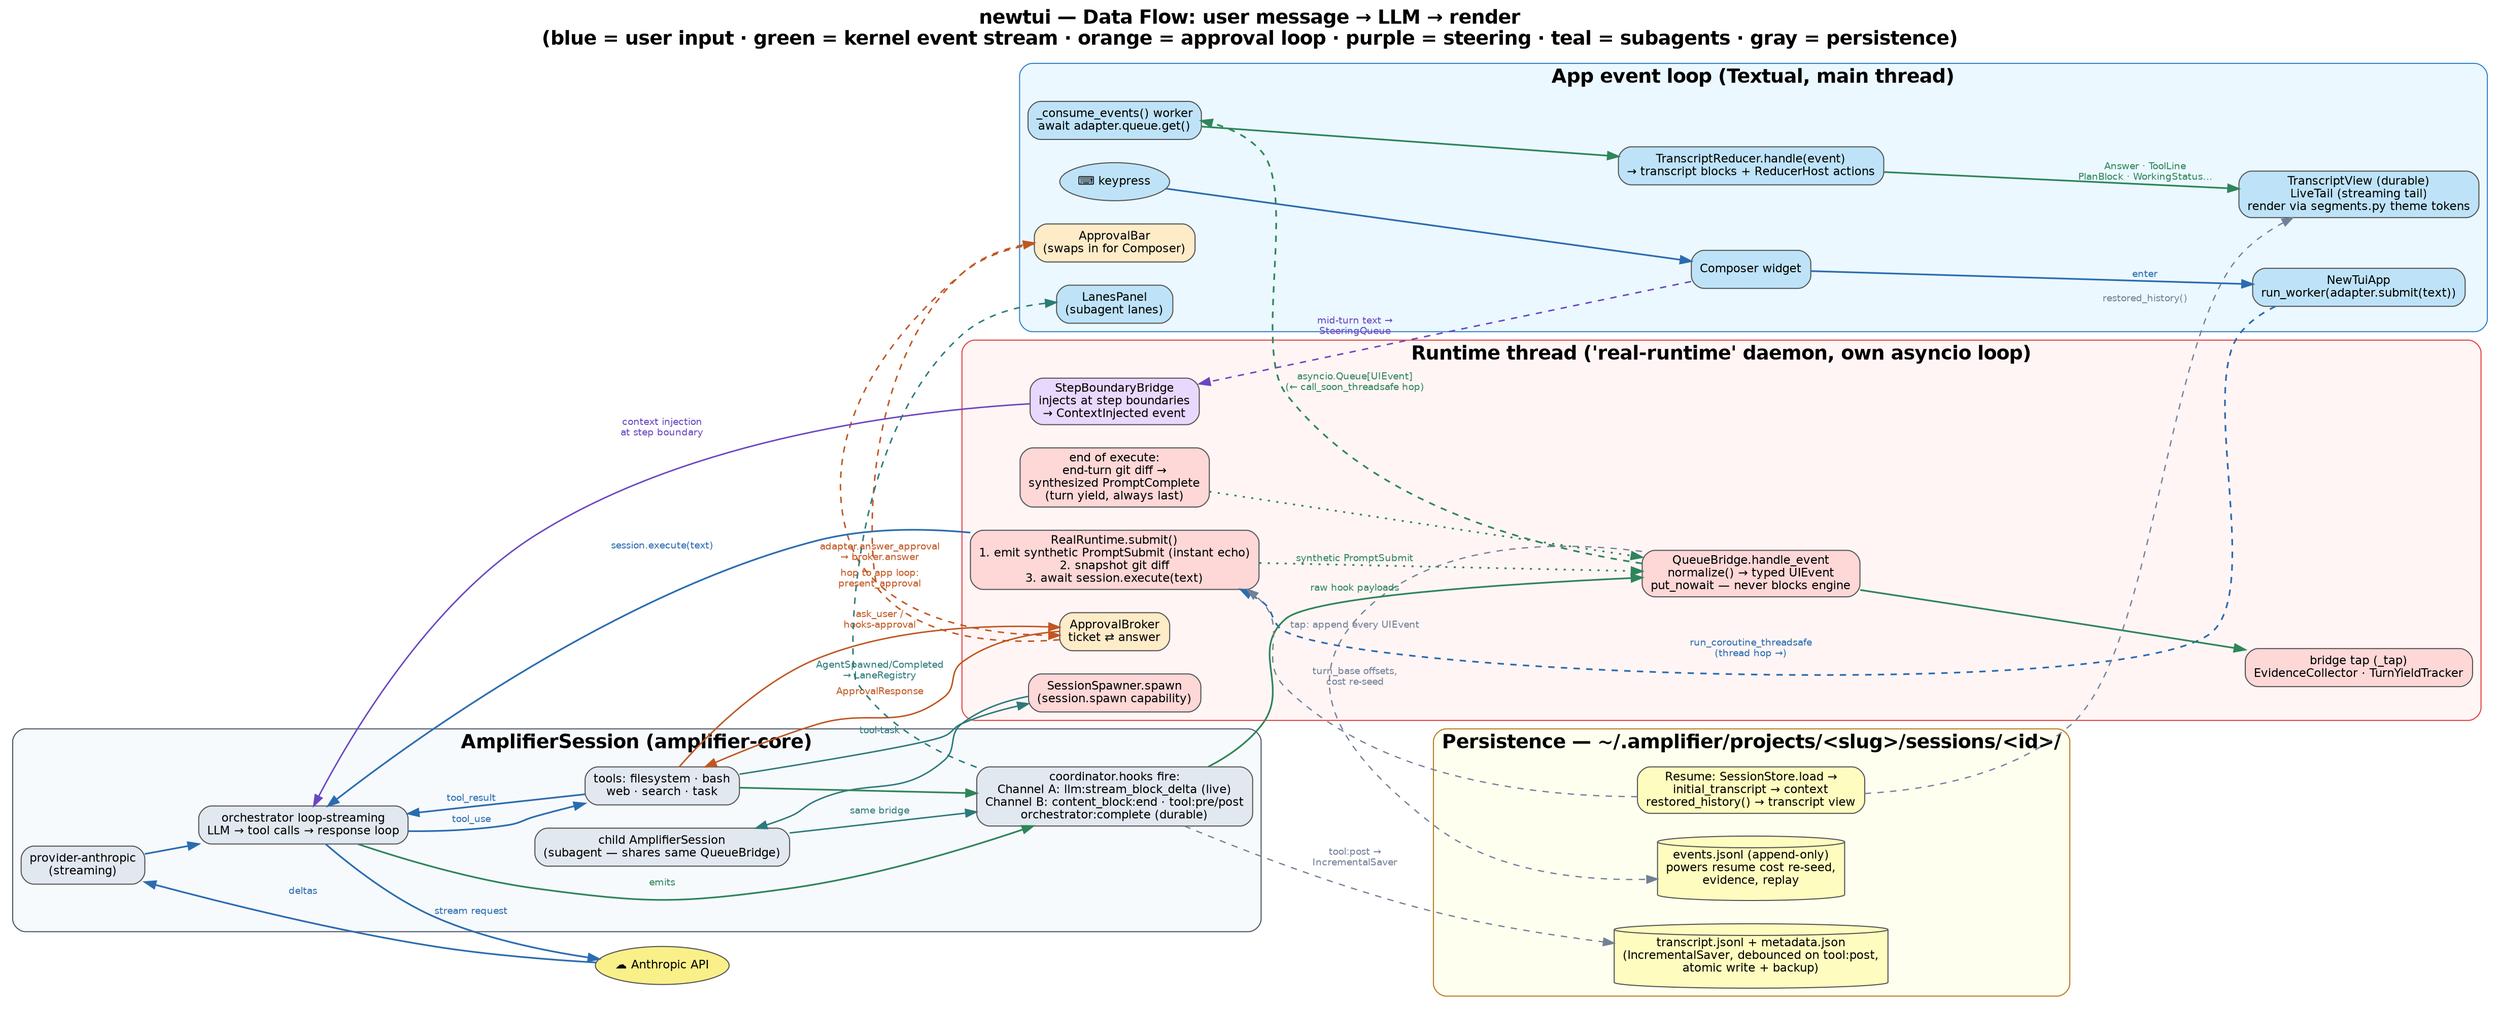
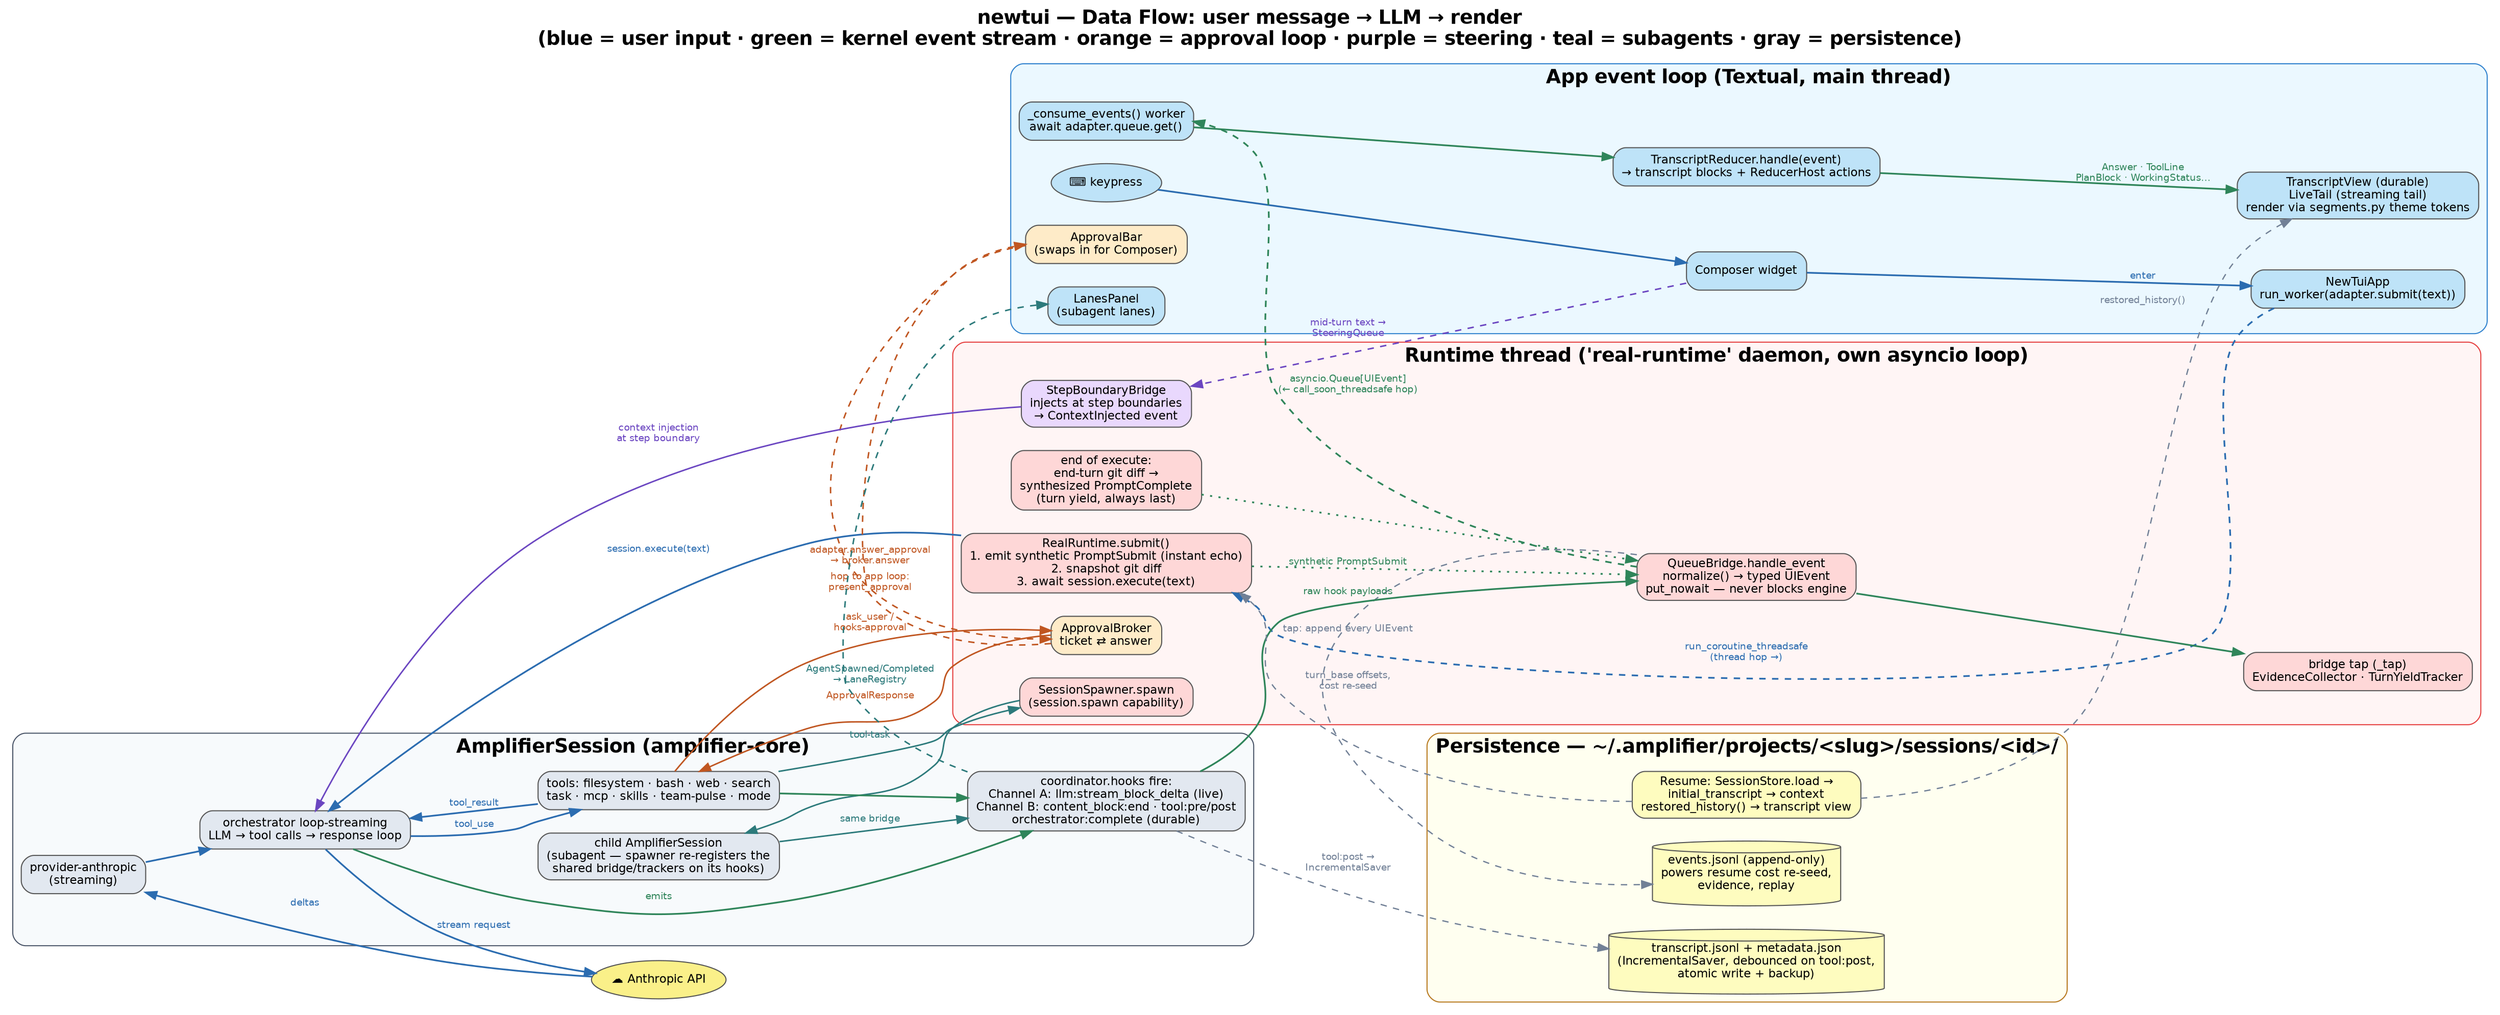
digraph newtui_dataflow {
    label="newtui — Data Flow: user message → LLM → render\n(blue = user input · green = kernel event stream · orange = approval loop · purple = steering · teal = subagents · gray = persistence)";
    labelloc="t";
    fontname="Helvetica-Bold";
    fontsize=18;
    rankdir=LR;
    compound=true;
    splines=true;
    nodesep=0.3;
    ranksep=0.7;
    node [fontname="Helvetica", fontsize=11, shape=box, style="rounded,filled", fillcolor="#FFFFFF", color="#555555"];
    edge [fontname="Helvetica", fontsize=9, color="#666666"];

    // ── App loop (Textual / main thread) ────────────────────────
    subgraph cluster_apploop {
        label="App event loop (Textual, main thread)";
        style="rounded,filled"; fillcolor="#EBF8FF"; color="#3182CE"; fontname="Helvetica-Bold";
        keypress [label="⌨ keypress", shape=ellipse, fillcolor="#BEE3F8"];
        composer [label="Composer widget", fillcolor="#BEE3F8"];
        submit [label="NewTuiApp\nrun_worker(adapter.submit(text))", fillcolor="#BEE3F8"];
        consume [label="_consume_events() worker\nawait adapter.queue.get()", fillcolor="#BEE3F8"];
        reducer [label="TranscriptReducer.handle(event)\n→ transcript blocks + ReducerHost actions", fillcolor="#BEE3F8"];
        render [label="TranscriptView (durable)\nLiveTail (streaming tail)\nrender via segments.py theme tokens", fillcolor="#BEE3F8"];
        approvalbar [label="ApprovalBar\n(swaps in for Composer)", fillcolor="#FEEBC8"];
        lanes [label="LanesPanel\n(subagent lanes)", fillcolor="#BEE3F8"];
    }

    // ── Runtime thread ──────────────────────────────────────────
    subgraph cluster_runtime {
        label="Runtime thread ('real-runtime' daemon, own asyncio loop)";
        style="rounded,filled"; fillcolor="#FFF5F5"; color="#E53E3E"; fontname="Helvetica-Bold";
        rsubmit [label="RealRuntime.submit()\n1. emit synthetic PromptSubmit (instant echo)\n2. snapshot git diff\n3. await session.execute(text)", fillcolor="#FED7D7"];
        bridge [label="QueueBridge.handle_event\nnormalize() → typed UIEvent\nput_nowait — never blocks engine", fillcolor="#FED7D7"];
        tap [label="bridge tap (_tap)\nEvidenceCollector · TurnYieldTracker", fillcolor="#FED7D7"];
        broker [label="ApprovalBroker\nticket ⇄ answer", fillcolor="#FEEBC8"];
        steerbridge [label="StepBoundaryBridge\ninjects at step boundaries\n→ ContextInjected event", fillcolor="#E9D8FD"];
        complete [label="end of execute:\nend-turn git diff →\nsynthesized PromptComplete\n(turn yield, always last)", fillcolor="#FED7D7"];
        spawner [label="SessionSpawner.spawn\n(session.spawn capability)", fillcolor="#FED7D7"];
    }

    // ── Amplifier kernel ────────────────────────────────────────
    subgraph cluster_kernel {
        label="AmplifierSession (amplifier-core)";
        style="rounded,filled"; fillcolor="#F7FAFC"; color="#4A5568"; fontname="Helvetica-Bold";
        orch [label="orchestrator loop-streaming\nLLM → tool calls → response loop", fillcolor="#E2E8F0"];
        provider [label="provider-anthropic\n(streaming)", fillcolor="#E2E8F0"];
-         toolexec [label="tools: filesystem · bash\nweb · search · task", fillcolor="#E2E8F0"];
+         toolexec [label="tools: filesystem · bash · web · search\ntask · mcp · skills · team-pulse · mode", fillcolor="#E2E8F0"];
        hooks [label="coordinator.hooks fire:\nChannel A: llm:stream_block_delta (live)\nChannel B: content_block:end · tool:pre/post\norchestrator:complete (durable)", fillcolor="#E2E8F0"];
-         childsession [label="child AmplifierSession\n(subagent — shares same QueueBridge)", fillcolor="#E2E8F0"];
+         childsession [label="child AmplifierSession\n(subagent — spawner re-registers the\nshared bridge/trackers on its hooks)", fillcolor="#E2E8F0"];
    }

    llm [label="☁ Anthropic API", shape=ellipse, fillcolor="#FAF089"];

    // ── Persistence ─────────────────────────────────────────────
    subgraph cluster_disk {
        label="Persistence — ~/.amplifier/projects/<slug>/sessions/<id>/";
        style="rounded,filled"; fillcolor="#FFFFF0"; color="#B7791F"; fontname="Helvetica-Bold";
        transcript [label="transcript.jsonl + metadata.json\n(IncrementalSaver, debounced on tool:post,\natomic write + backup)", shape=cylinder, fillcolor="#FEFCBF"];
        eventsfile [label="events.jsonl (append-only)\npowers resume cost re-seed,\nevidence, replay", shape=cylinder, fillcolor="#FEFCBF"];
        resume [label="Resume: SessionStore.load →\ninitial_transcript → context\nrestored_history() → transcript view", fillcolor="#FEFCBF"];
    }

    // ═══ USER INPUT PATH (blue) ═════════════════════════════════
    edge [color="#2B6CB0", fontcolor="#2B6CB0", penwidth=1.6];
    keypress -> composer;
    composer -> submit [label="enter"];
    submit -> rsubmit [label="run_coroutine_threadsafe\n(thread hop →)", style=dashed];
    rsubmit -> orch [label="session.execute(text)"];
    orch -> llm [label="stream request"];
    llm -> provider [label="deltas"];
    provider -> orch;
    orch -> toolexec [label="tool_use"];
    toolexec -> orch [label="tool_result"];

    // ═══ EVENT STREAM (green) ═══════════════════════════════════
    edge [color="#2F855A", fontcolor="#2F855A", penwidth=1.6, style=solid];
    orch -> hooks [label="emits"];
    toolexec -> hooks;
    hooks -> bridge [label="raw hook payloads"];
    bridge -> tap;
    complete -> bridge [style=dotted];
    bridge -> consume [label="asyncio.Queue[UIEvent]\n(← call_soon_threadsafe hop)", style=dashed];
    consume -> reducer;
    reducer -> render [label="Answer · ToolLine\nPlanBlock · WorkingStatus…"];
    rsubmit -> bridge [label="synthetic PromptSubmit", style=dotted];

    // ═══ APPROVAL LOOP (orange) ═════════════════════════════════
    edge [color="#C05621", fontcolor="#C05621", penwidth=1.4, style=solid];
    toolexec -> broker [label="ask_user /\nhooks-approval"];
    broker -> approvalbar [label="hop to app loop:\npresent_approval", style=dashed];
    approvalbar -> broker [label="adapter.answer_approval\n→ broker.answer", style=dashed];
    broker -> toolexec [label="ApprovalResponse"];

    // ═══ STEERING (purple) ══════════════════════════════════════
    edge [color="#6B46C1", fontcolor="#6B46C1", penwidth=1.4];
    composer -> steerbridge [label="mid-turn text →\nSteeringQueue", style=dashed];
    steerbridge -> orch [label="context injection\nat step boundary"];

    // ═══ SUBAGENTS (teal) ═══════════════════════════════════════
    edge [color="#2C7A7B", fontcolor="#2C7A7B", penwidth=1.4, style=solid];
    toolexec -> spawner [label="tool-task"];
    spawner -> childsession;
    childsession -> hooks [label="same bridge"];
    hooks -> lanes [label="AgentSpawned/Completed\n→ LaneRegistry", style=dashed];

    // ═══ PERSISTENCE (gray) ═════════════════════════════════════
    edge [color="#718096", fontcolor="#718096", penwidth=1.2, style=dashed];
    bridge -> eventsfile [label="tap: append every UIEvent"];
    hooks -> transcript [label="tool:post →\nIncrementalSaver"];
    resume -> rsubmit [label="turn_base offsets,\ncost re-seed"];
    resume -> render [label="restored_history()"];
}
